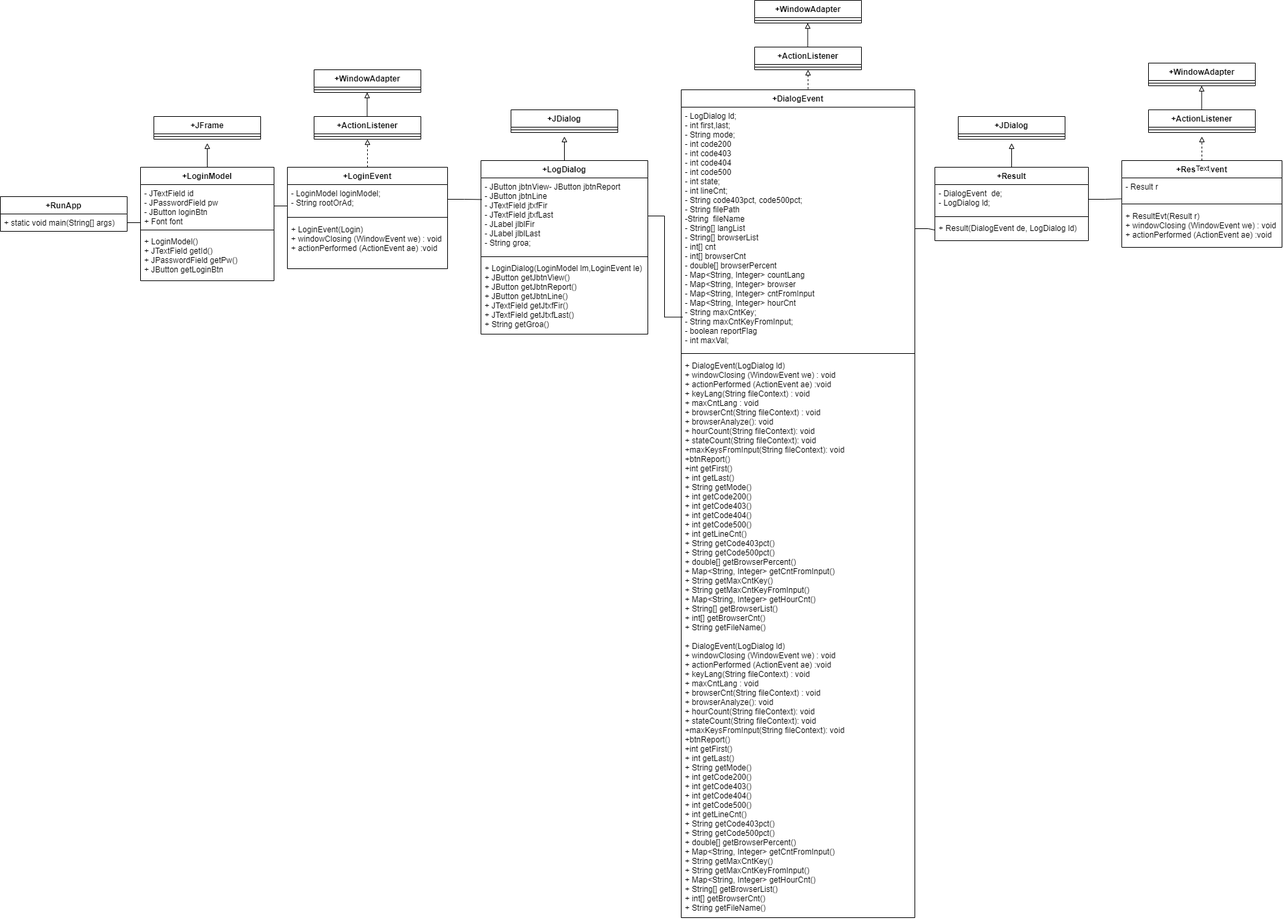
Earlier version of the draw.io export prjDiagram.png (JungWooJang0324/sistFirstPrj_3_2). Source tidied: cells renumbered, new cells last; positions are measured from the earlier drawing's top-left corner, leaving out a move shared by most shapes.
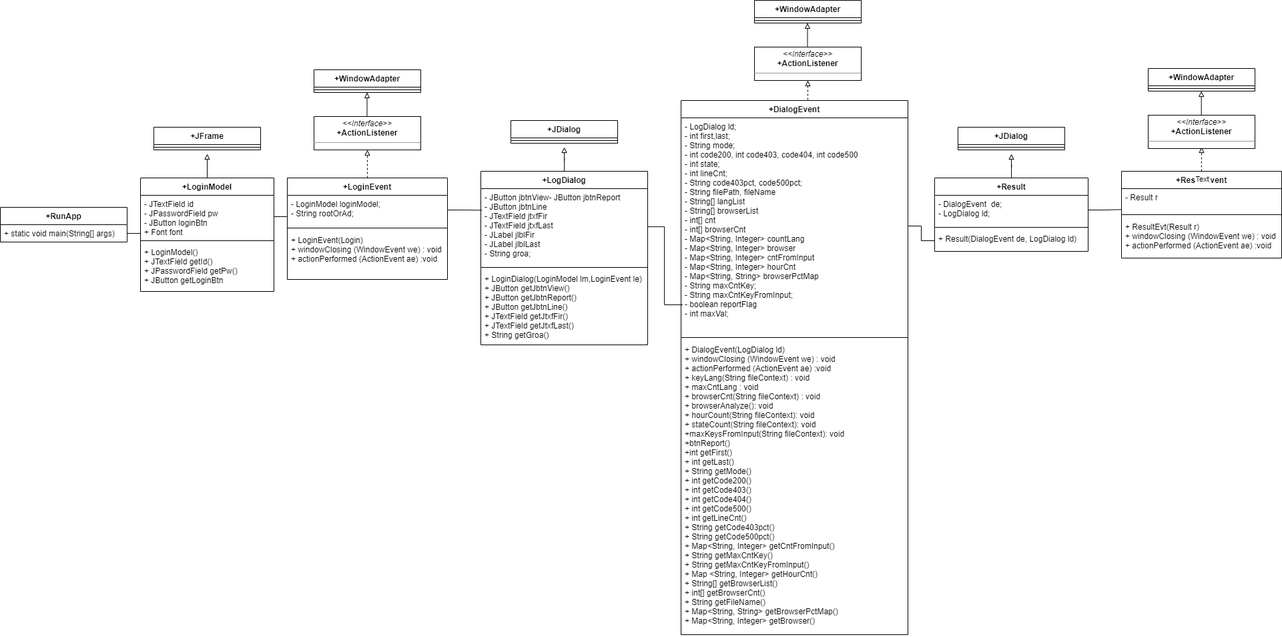
After the commit.

Commit message:
클래스다이어그램 완료

Diff of the diagram source:
```diff
@@ -34,8 +34,10 @@
     <mxCell id="11" style="line;strokeWidth=1;fillColor=none;align=left;verticalAlign=middle;spacingTop=-1;spacingLeft=3;spacingRight=3;labelPosition=right;" parent="10" vertex="1">
       <mxGeometry y="26" width="160" height="8" as="geometry" />
     </mxCell>
-    <mxCell id="12" style="edgeStyle=orthogonalEdgeStyle;rounded=0;jettySize=auto;html=1;endArrow=block;endFill=0;entryX=0.5;entryY=1;entryDx=0;entryDy=0;dashed=1;" parent="1" edge="1" source="13" target="21">
-      <mxGeometry relative="1" as="geometry" />
+    <mxCell id="12" style="edgeStyle=orthogonalEdgeStyle;rounded=0;jettySize=auto;html=1;endArrow=block;endFill=0;entryX=0.5;entryY=1;entryDx=0;entryDy=0;dashed=1;" parent="1" edge="1" source="13">
+      <mxGeometry relative="1" as="geometry">
+        <mxPoint x="550" y="208" as="targetPoint" />
+      </mxGeometry>
     </mxCell>
     <mxCell id="13" value="+LoginEvent" style="swimlane;fontStyle=1;align=center;verticalAlign=top;horizontal=1;startSize=26;" parent="1" vertex="1">
       <mxGeometry x="430" y="250" width="240" height="152" as="geometry" />
@@ -54,22 +56,16 @@
     </mxCell>
     <mxCell id="18" style="edgeStyle=orthogonalEdgeStyle;rounded=0;orthogonalLoop=1;jettySize=auto;html=1;endArrow=block;endFill=0;" parent="1" edge="1">
       <mxGeometry relative="1" as="geometry">
-        <mxPoint x="549.5" y="174" as="sourcePoint" />
-        <mxPoint x="549.5" y="138" as="targetPoint" />
+        <mxPoint x="549.5" y="158" as="sourcePoint" />
+        <mxPoint x="549.5" y="122" as="targetPoint" />
       </mxGeometry>
     </mxCell>
     <mxCell id="19" value="+WindowAdapter" style="swimlane;fontStyle=1;align=center;verticalAlign=top;horizontal=1;startSize=26;" parent="1" vertex="1">
-      <mxGeometry x="470" y="104" width="160" height="34" as="geometry" />
+      <mxGeometry x="470" y="88" width="160" height="34" as="geometry" />
     </mxCell>
     <mxCell id="20" style="line;strokeWidth=1;fillColor=none;align=left;verticalAlign=middle;spacingTop=-1;spacingLeft=3;spacingRight=3;labelPosition=right;" parent="19" vertex="1">
       <mxGeometry y="26" width="160" height="8" as="geometry" />
     </mxCell>
-    <mxCell id="21" value="+ActionListener" style="swimlane;fontStyle=1;align=center;verticalAlign=top;horizontal=1;startSize=26;" parent="1" vertex="1">
-      <mxGeometry x="470" y="174" width="160" height="34" as="geometry" />
-    </mxCell>
-    <mxCell id="22" style="line;strokeWidth=1;fillColor=none;align=left;verticalAlign=middle;spacingTop=-1;spacingLeft=3;spacingRight=3;labelPosition=right;" parent="21" vertex="1">
-      <mxGeometry y="26" width="160" height="8" as="geometry" />
-    </mxCell>
     <mxCell id="23" style="edgeStyle=orthogonalEdgeStyle;rounded=0;jettySize=auto;html=1;endArrow=block;endFill=0;" parent="1" edge="1" source="24">
       <mxGeometry relative="1" as="geometry">
         <mxPoint x="845" y="204" as="targetPoint" />
@@ -96,44 +92,36 @@
     <mxCell id="30" style="edgeStyle=orthogonalEdgeStyle;rounded=0;jettySize=auto;html=1;endArrow=none;endFill=0;entryX=0.005;entryY=0.284;entryDx=0;entryDy=0;entryPerimeter=0;" parent="1" edge="1" source="14" target="25">
       <mxGeometry relative="1" as="geometry" />
     </mxCell>
-    <mxCell id="31" style="edgeStyle=orthogonalEdgeStyle;rounded=0;jettySize=auto;html=1;endArrow=block;endFill=0;entryX=0.5;entryY=1;entryDx=0;entryDy=0;dashed=1;" parent="1" edge="1" target="40">
+    <mxCell id="31" style="edgeStyle=orthogonalEdgeStyle;rounded=0;orthogonalLoop=1;jettySize=auto;html=1;endArrow=block;endFill=0;entryX=0.5;entryY=1;entryDx=0;entryDy=0;dashed=1;" parent="1" edge="1">
       <mxGeometry relative="1" as="geometry">
         <mxPoint x="1205" y="134" as="sourcePoint" />
+        <mxPoint x="1210" y="104" as="targetPoint" />
       </mxGeometry>
     </mxCell>
     <mxCell id="32" value="+DialogEvent" style="swimlane;fontStyle=1;align=center;verticalAlign=top;horizontal=1;startSize=26;" parent="1" vertex="1">
-      <mxGeometry x="1020" y="134" width="350" height="1240" as="geometry" />
+      <mxGeometry x="1020" y="134" width="340" height="800" as="geometry" />
     </mxCell>
-    <mxCell id="33" value="- LogDialog ld;&#10;&#9;- int first,last;&#10;&#9;- String mode;&#10;&#9;- int code200&#10;- int code403&#10;- int code404&#10;- int code500&#10;- int state;&#10;- int lineCnt;&#10;- String code403pct, code500pct;&#10;&#9;- String filePath&#10;-String  fileName&#10;- String[] langList&#10;&#9;- String[] browserList&#10;- int[] cnt &#10;&#9;- int[] browserCnt&#10;- double[] browserPercent&#10;&#9;- Map&lt;String, Integer&gt; countLang&#10;&#9;- Map&lt;String, Integer&gt; browser&#10;&#9;- Map&lt;String, Integer&gt; cntFromInput &#10;- Map&lt;String, Integer&gt; hourCnt &#10;&#9;- String maxCntKey;&#10;&#9;- String maxCntKeyFromInput;&#10;&#9;- boolean reportFlag&#10;&#9;- int maxVal;" style="text;strokeColor=none;fillColor=none;align=left;verticalAlign=top;spacingLeft=4;spacingRight=4;overflow=hidden;points=[[0,0.5],[1,0.5]];portConstraint=eastwest;" parent="32" vertex="1">
-      <mxGeometry y="26" width="350" height="364" as="geometry" />
+    <mxCell id="33" value="- LogDialog ld;&#10;&#9;- int first,last;&#10;&#9;- String mode;&#10;&#9;- int code200, int code403, code404, int code500&#10;- int state;&#10;- int lineCnt;&#10;- String code403pct, code500pct;&#10;&#9;- String filePath, fileName&#10;- String[] langList&#10;&#9;- String[] browserList&#10;- int[] cnt &#10;&#9;- int[] browserCnt&#10;- Map&lt;String, Integer&gt; countLang&#10;&#9;- Map&lt;String, Integer&gt; browser&#10;&#9;- Map&lt;String, Integer&gt; cntFromInput &#10;- Map&lt;String, Integer&gt; hourCnt &#10;- Map&lt;String, String&gt; browserPctMap&#10;&#9;- String maxCntKey;&#10;&#9;- String maxCntKeyFromInput;&#10;&#9;- boolean reportFlag&#10;&#9;- int maxVal;" style="text;strokeColor=none;fillColor=none;align=left;verticalAlign=top;spacingLeft=4;spacingRight=4;overflow=hidden;points=[[0,0.5],[1,0.5]];portConstraint=eastwest;" parent="32" vertex="1">
+      <mxGeometry y="26" width="340" height="324" as="geometry" />
     </mxCell>
     <mxCell id="34" style="line;strokeWidth=1;fillColor=none;align=left;verticalAlign=middle;spacingTop=-1;spacingLeft=3;spacingRight=3;labelPosition=right;" parent="32" vertex="1">
-      <mxGeometry y="390" width="350" height="10" as="geometry" />
+      <mxGeometry y="350" width="340" height="10" as="geometry" />
     </mxCell>
-    <mxCell id="35" value="+ DialogEvent(LogDialog ld)&#10;+ windowClosing (WindowEvent we) : void&#10;+ actionPerformed (ActionEvent ae) :void&#10;+ keyLang(String fileContext) : void&#10;+ maxCntLang : void&#10;+ browserCnt(String fileContext) : void&#10;+ browserAnalyze(): void&#10;+ hourCount(String fileContext): void&#10;+ stateCount(String fileContext): void&#10;+maxKeysFromInput(String fileContext): void&#10;+btnReport()&#10;+int getFirst() &#10;&#9;+ int getLast() &#10;+ String getMode() &#10;+ int getCode200() &#10;&#9;+ int getCode403()&#10;&#9;+ int getCode404() &#10;&#9;+ int getCode500()&#10;+ int getLineCnt()&#10;+ String getCode403pct()&#10;&#9;+ String getCode500pct() &#10;&#9;+ double[] getBrowserPercent() &#10;&#9;+ Map&lt;String, Integer&gt; getCntFromInput() &#10;+ String getMaxCntKey() &#10;+ String getMaxCntKeyFromInput() &#10;+ Map&lt;String, Integer&gt; getHourCnt()&#10;+ String[] getBrowserList()&#10;+ int[] getBrowserCnt() &#10;+ String getFileName()" style="text;strokeColor=none;fillColor=none;align=left;verticalAlign=top;spacingLeft=4;spacingRight=4;overflow=hidden;" parent="32" vertex="1">
-      <mxGeometry y="400" width="350" height="420" as="geometry" />
+    <mxCell id="35" value="+ DialogEvent(LogDialog ld)&#10;+ windowClosing (WindowEvent we) : void&#10;+ actionPerformed (ActionEvent ae) :void&#10;+ keyLang(String fileContext) : void&#10;+ maxCntLang : void&#10;+ browserCnt(String fileContext) : void&#10;+ browserAnalyze(): void&#10;+ hourCount(String fileContext): void&#10;+ stateCount(String fileContext): void&#10;+maxKeysFromInput(String fileContext): void&#10;+btnReport()&#10;+int getFirst() &#10;&#9;+ int getLast() &#10;+ String getMode() &#10;+ int getCode200() &#10;&#9;+ int getCode403()&#10;&#9;+ int getCode404() &#10;&#9;+ int getCode500()&#10;+ int getLineCnt()&#10;+ String getCode403pct()&#10;&#9;+ String getCode500pct() &#10;&#9;+ Map&lt;String, Integer&gt; getCntFromInput() &#10;+ String getMaxCntKey() &#10;+ String getMaxCntKeyFromInput() &#10;+ Map &lt;String, Integer&gt; getHourCnt()&#10;+ String[] getBrowserList()&#10;+ int[] getBrowserCnt() &#10;+ String getFileName()&#10;&#9;+ Map&lt;String, String&gt; getBrowserPctMap() &#10;+ Map&lt;String, Integer&gt; getBrowser() " style="text;strokeColor=none;fillColor=none;align=left;verticalAlign=top;spacingLeft=4;spacingRight=4;overflow=hidden;" parent="32" vertex="1">
+      <mxGeometry y="360" width="340" height="440" as="geometry" />
     </mxCell>
-    <mxCell id="36" value="+ DialogEvent(LogDialog ld)&#10;+ windowClosing (WindowEvent we) : void&#10;+ actionPerformed (ActionEvent ae) :void&#10;+ keyLang(String fileContext) : void&#10;+ maxCntLang : void&#10;+ browserCnt(String fileContext) : void&#10;+ browserAnalyze(): void&#10;+ hourCount(String fileContext): void&#10;+ stateCount(String fileContext): void&#10;+maxKeysFromInput(String fileContext): void&#10;+btnReport()&#10;+int getFirst() &#10;&#9;+ int getLast() &#10;+ String getMode() &#10;+ int getCode200() &#10;&#9;+ int getCode403()&#10;&#9;+ int getCode404() &#10;&#9;+ int getCode500()&#10;+ int getLineCnt()&#10;+ String getCode403pct()&#10;&#9;+ String getCode500pct() &#10;&#9;+ double[] getBrowserPercent() &#10;&#9;+ Map&lt;String, Integer&gt; getCntFromInput() &#10;+ String getMaxCntKey() &#10;+ String getMaxCntKeyFromInput() &#10;+ Map&lt;String, Integer&gt; getHourCnt()&#10;+ String[] getBrowserList()&#10;+ int[] getBrowserCnt() &#10;+ String getFileName()" style="text;strokeColor=none;fillColor=none;align=left;verticalAlign=top;spacingLeft=4;spacingRight=4;overflow=hidden;" parent="32" vertex="1">
-      <mxGeometry y="820" width="350" height="420" as="geometry" />
-    </mxCell>
     <mxCell id="37" style="edgeStyle=orthogonalEdgeStyle;rounded=0;orthogonalLoop=1;jettySize=auto;html=1;endArrow=block;endFill=0;" parent="1" edge="1">
       <mxGeometry relative="1" as="geometry">
-        <mxPoint x="1209.5" y="70" as="sourcePoint" />
-        <mxPoint x="1209.5" y="34" as="targetPoint" />
+        <mxPoint x="1209.5" y="54" as="sourcePoint" />
+        <mxPoint x="1209.5" y="18" as="targetPoint" />
       </mxGeometry>
     </mxCell>
     <mxCell id="38" value="+WindowAdapter" style="swimlane;fontStyle=1;align=center;verticalAlign=top;horizontal=1;startSize=26;" parent="1" vertex="1">
-      <mxGeometry x="1130" width="160" height="34" as="geometry" />
+      <mxGeometry x="1130" y="-16" width="160" height="34" as="geometry" />
     </mxCell>
     <mxCell id="39" style="line;strokeWidth=1;fillColor=none;align=left;verticalAlign=middle;spacingTop=-1;spacingLeft=3;spacingRight=3;labelPosition=right;" parent="38" vertex="1">
       <mxGeometry y="26" width="160" height="8" as="geometry" />
     </mxCell>
-    <mxCell id="40" value="+ActionListener" style="swimlane;fontStyle=1;align=center;verticalAlign=top;horizontal=1;startSize=26;" parent="1" vertex="1">
-      <mxGeometry x="1130" y="70" width="160" height="34" as="geometry" />
-    </mxCell>
-    <mxCell id="41" style="line;strokeWidth=1;fillColor=none;align=left;verticalAlign=middle;spacingTop=-1;spacingLeft=3;spacingRight=3;labelPosition=right;" parent="40" vertex="1">
-      <mxGeometry y="26" width="160" height="8" as="geometry" />
-    </mxCell>
     <mxCell id="42" style="edgeStyle=orthogonalEdgeStyle;rounded=0;jettySize=auto;html=1;endArrow=none;endFill=0;entryX=0.007;entryY=0.864;entryDx=0;entryDy=0;entryPerimeter=0;" parent="1" edge="1" source="25" target="33">
       <mxGeometry relative="1" as="geometry" />
     </mxCell>
@@ -181,17 +169,11 @@
       <mxGeometry y="70" width="240" height="60" as="geometry" />
     </mxCell>
     <mxCell id="56" value="+WindowAdapter" style="swimlane;fontStyle=1;align=center;verticalAlign=top;horizontal=1;startSize=26;" parent="1" vertex="1">
-      <mxGeometry x="1720" y="94" width="160" height="34" as="geometry" />
+      <mxGeometry x="1720" y="86" width="160" height="34" as="geometry" />
     </mxCell>
     <mxCell id="57" style="line;strokeWidth=1;fillColor=none;align=left;verticalAlign=middle;spacingTop=-1;spacingLeft=3;spacingRight=3;labelPosition=right;" parent="56" vertex="1">
       <mxGeometry y="26" width="160" height="8" as="geometry" />
     </mxCell>
-    <mxCell id="58" value="+ActionListener" style="swimlane;fontStyle=1;align=center;verticalAlign=top;horizontal=1;startSize=26;" parent="1" vertex="1">
-      <mxGeometry x="1720" y="164" width="160" height="34" as="geometry" />
-    </mxCell>
-    <mxCell id="59" style="line;strokeWidth=1;fillColor=none;align=left;verticalAlign=middle;spacingTop=-1;spacingLeft=3;spacingRight=3;labelPosition=right;" parent="58" vertex="1">
-      <mxGeometry y="26" width="160" height="8" as="geometry" />
-    </mxCell>
     <mxCell id="60" style="edgeStyle=orthogonalEdgeStyle;rounded=0;jettySize=auto;html=1;endArrow=none;endFill=0;entryX=-0.004;entryY=0.922;entryDx=0;entryDy=0;entryPerimeter=0;" parent="1" edge="1" source="46" target="53">
       <mxGeometry relative="1" as="geometry" />
     </mxCell>
@@ -207,9 +189,18 @@
     </mxCell>
     <mxCell id="63" style="edgeStyle=orthogonalEdgeStyle;rounded=0;orthogonalLoop=1;jettySize=auto;html=1;endArrow=block;endFill=0;exitX=0.5;exitY=0;exitDx=0;exitDy=0;" parent="1" edge="1">
       <mxGeometry relative="1" as="geometry">
-        <mxPoint x="1799.7" y="164" as="sourcePoint" />
-        <mxPoint x="1799.7" y="128" as="targetPoint" />
+        <mxPoint x="1799.7" y="156" as="sourcePoint" />
+        <mxPoint x="1799.7" y="120" as="targetPoint" />
       </mxGeometry>
     </mxCell>
+    <mxCell id="64" value="&lt;p style=&quot;margin: 0px ; margin-top: 4px ; text-align: center&quot;&gt;&lt;i&gt;&amp;lt;&amp;lt;Interface&amp;gt;&amp;gt;&lt;/i&gt;&lt;br&gt;&lt;b&gt;+ActionListener&lt;/b&gt;&lt;/p&gt;&lt;hr size=&quot;1&quot;&gt;&lt;p style=&quot;margin: 0px ; margin-left: 4px&quot;&gt;&lt;/p&gt;&lt;p style=&quot;margin: 0px ; margin-left: 4px&quot;&gt;&lt;br&gt;&lt;/p&gt;" style="verticalAlign=top;align=left;overflow=fill;fontSize=12;fontFamily=Helvetica;html=1;" parent="1" vertex="1">
+      <mxGeometry x="470" y="158" width="160" height="50" as="geometry" />
+    </mxCell>
+    <mxCell id="65" value="&lt;p style=&quot;margin: 0px ; margin-top: 4px ; text-align: center&quot;&gt;&lt;i&gt;&amp;lt;&amp;lt;Interface&amp;gt;&amp;gt;&lt;/i&gt;&lt;br&gt;&lt;b&gt;+ActionListener&lt;/b&gt;&lt;/p&gt;&lt;hr size=&quot;1&quot;&gt;&lt;p style=&quot;margin: 0px ; margin-left: 4px&quot;&gt;&lt;/p&gt;&lt;p style=&quot;margin: 0px ; margin-left: 4px&quot;&gt;&lt;br&gt;&lt;/p&gt;" style="verticalAlign=top;align=left;overflow=fill;fontSize=12;fontFamily=Helvetica;html=1;" parent="1" vertex="1">
+      <mxGeometry x="1130" y="54" width="160" height="50" as="geometry" />
+    </mxCell>
+    <mxCell id="66" value="&lt;p style=&quot;margin: 0px ; margin-top: 4px ; text-align: center&quot;&gt;&lt;i&gt;&amp;lt;&amp;lt;Interface&amp;gt;&amp;gt;&lt;/i&gt;&lt;br&gt;&lt;b&gt;+ActionListener&lt;/b&gt;&lt;/p&gt;&lt;hr size=&quot;1&quot;&gt;&lt;p style=&quot;margin: 0px ; margin-left: 4px&quot;&gt;&lt;/p&gt;&lt;p style=&quot;margin: 0px ; margin-left: 4px&quot;&gt;&lt;br&gt;&lt;/p&gt;" style="verticalAlign=top;align=left;overflow=fill;fontSize=12;fontFamily=Helvetica;html=1;" parent="1" vertex="1">
+      <mxGeometry x="1720" y="156" width="160" height="50" as="geometry" />
+    </mxCell>
   </root>
 </mxGraphModel>
```
